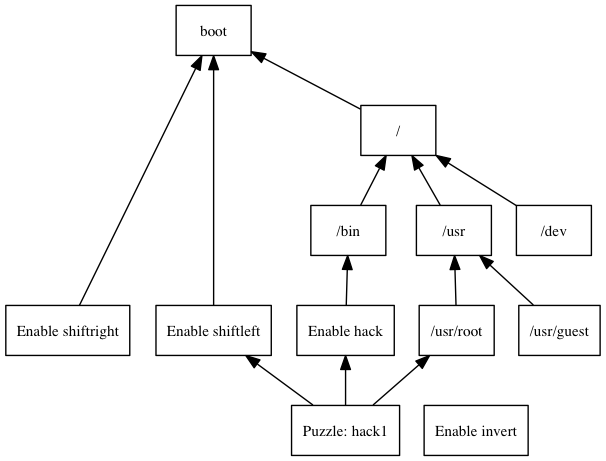
Earlier version of the Graphviz export NonUnityAssets/Dependencies/chart.dot.png (pikkpoiss/ld36). Its source is kept beside it as NonUnityAssets/Dependencies/chart.dot.
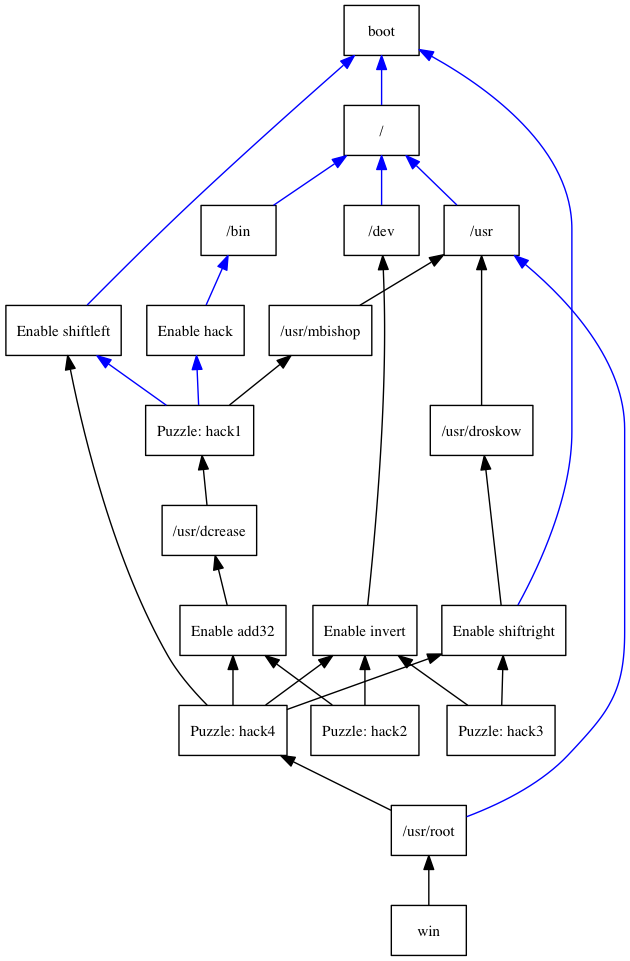
The same file after the commit.

Change to the diagram source:
```diff
@@ -7,12 +7,16 @@
   enable_right [label="Enable shiftright"]
   enable_hack [label="Enable hack"]
   enable_invert [label="Enable invert"]
-  {rank=same; enable_left; enable_right}
+  enable_add32 [label="Enable add32"]
 
   puzzle_hack1 [label="Puzzle: hack1"]
+  puzzle_hack2 [label="Puzzle: hack2"]
+  puzzle_hack3 [label="Puzzle: hack3"]
+  puzzle_hack4 [label="Puzzle: hack4"]
 
-  boot [label="boot"]
+  boot
   root [label="/"]
+  win
 
   usr [label="/usr"]
   dev [label="/dev"]
@@ -20,23 +24,46 @@
   {rank=same; usr; dev; bin}
 
   usr_root [label="/usr/root"]
-  usr_guest [label="/usr/guest"]
-  {rank=same; usr_root; usr_guest}
+  usr_mbishop [label="/usr/mbishop"]
+  usr_dcrease [label="/usr/dcrease"]
+  usr_droskow [label="/usr/droskow"]
 
-  root -> boot
-  enable_left -> boot
-  enable_right -> boot
+  root -> boot [color=blue]
+  enable_left -> boot [color=blue]
+  enable_right -> boot [color=blue]
 
-  dev -> root
-  bin -> root
-  usr -> root
+  dev -> root [color=blue]
+  bin -> root [color=blue]
+  usr -> root [color=blue]
 
-  usr_root -> usr
-  usr_guest -> usr
+  usr_mbishop -> usr
+  usr_dcrease -> puzzle_hack1
+  usr_droskow -> usr
 
-  enable_hack -> bin
+  usr_root -> puzzle_hack4
+  usr_root -> usr [color=blue]
 
-  puzzle_hack1 -> usr_root
-  puzzle_hack1 -> enable_hack
-  puzzle_hack1 -> enable_left
+  enable_hack -> bin [color=blue]
+
+  enable_right -> usr_droskow
+
+  puzzle_hack1 -> usr_mbishop
+  puzzle_hack1 -> enable_hack [color=blue]
+  puzzle_hack1 -> enable_left [color=blue]
+
+  puzzle_hack2 -> enable_invert
+  puzzle_hack2 -> enable_add32
+
+  puzzle_hack3 -> enable_right
+  puzzle_hack3 -> enable_invert
+
+  puzzle_hack4 -> enable_left
+  puzzle_hack4 -> enable_right
+  puzzle_hack4 -> enable_invert
+  puzzle_hack4 -> enable_add32
+
+  enable_invert -> dev
+  enable_add32 -> usr_dcrease
+
+  win -> usr_root
 }
```
